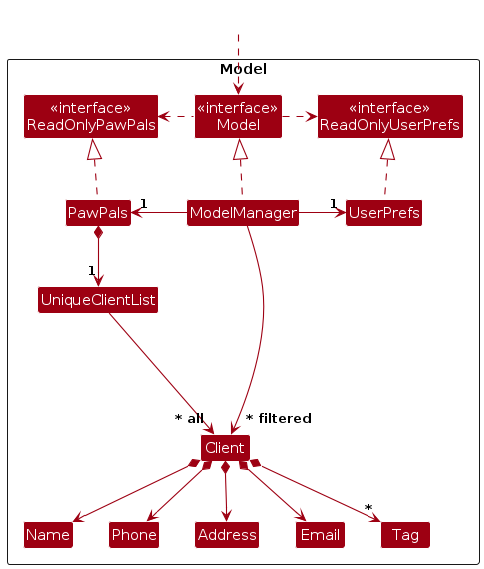
Earlier version of the PlantUML export diagrams/ModelClassDiagram.png (AY2627S1-CS2103T-T14-4/tp). Its source is kept beside it as diagrams/ModelClassDiagram.puml.
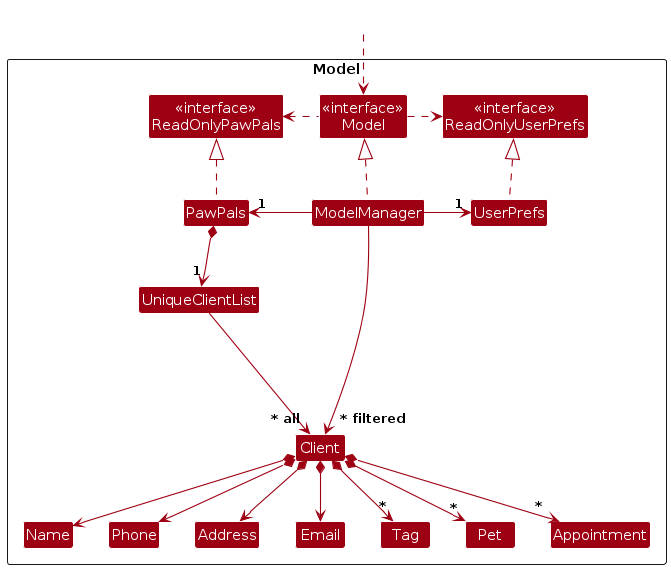
Later version of the same file.

The edit, as a diff of the source:
```diff
@@ -19,6 +19,8 @@
 Class Name
 Class Phone
 Class Tag
+Class Pet
+Class Appointment
 
 Class I #FFFFFF
 }
@@ -42,6 +44,8 @@
 Client *--> Email
 Client *--> Address
 Client *--> "*" Tag
+Client *--> "*" Pet
+Client *--> "*" Appointment
 
 Client -[hidden]up--> I
 UniqueClientList -[hidden]right-> I
```
